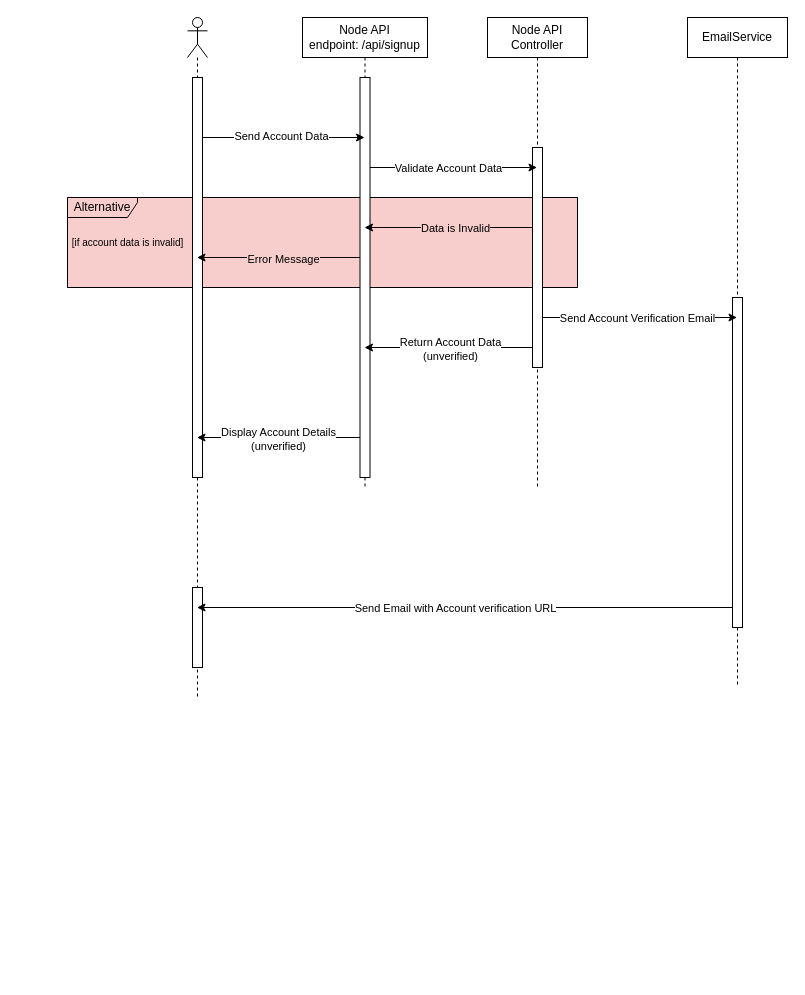
Before: diagrams/UML/node-api.signup.sequence.drawio in guimassoqueto/node-clean-api, a draw.io diagram. Source tidied: cells renumbered, new cells numbered last; positions are measured from the earlier drawing's top-left corner, leaving out a move shared by most shapes. Both pictures are drawn from the tidied source at 100%, with x=0, y=0 at pixel (57, 17).
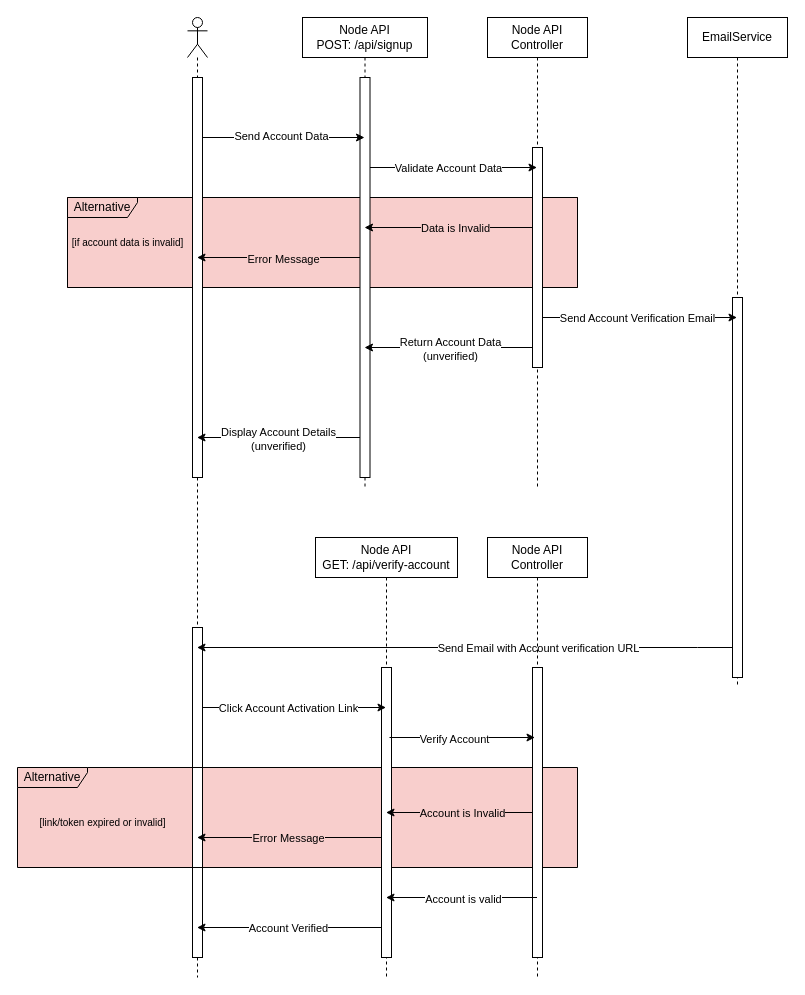
The same page after the edit.

Commit message (it also covers changes not shown here):
docs: update signup sequence diagram

Unchanged cells that the change refers to:
```xml
<mxCell id="24" value="EmailService" style="shape=umlLifeline;perimeter=lifelinePerimeter;whiteSpace=wrap;html=1;outlineConnect=0;portConstraint=eastwest;newEdgeStyle={&quot;edgeStyle&quot;:&quot;elbowEdgeStyle&quot;,&quot;elbow&quot;:&quot;vertical&quot;,&quot;curved&quot;:0,&quot;rounded&quot;:0};" parent="1" vertex="1">
  <mxGeometry x="630" width="100" height="670" as="geometry" />
</mxCell>
```

What changed in the source:
```diff
@@
+    <mxCell id="30" style="rounded=0;whiteSpace=wrap;html=1;fillColor=#f8cecc;strokeColor=none;" parent="1" vertex="1">
+      <mxGeometry x="-40" y="750" width="560" height="100" as="geometry" />
+    </mxCell>
@@
     <mxCell id="4" style="shape=umlLifeline;perimeter=lifelinePerimeter;whiteSpace=wrap;html=1;outlineConnect=0;portConstraint=eastwest;newEdgeStyle={&quot;edgeStyle&quot;:&quot;elbowEdgeStyle&quot;,&quot;elbow&quot;:&quot;vertical&quot;,&quot;curved&quot;:0,&quot;rounded&quot;:0};participant=umlActor;" parent="1" vertex="1">
-      <mxGeometry x="130" width="20" height="680" as="geometry" />
+      <mxGeometry x="130" width="20" height="960" as="geometry" />
     </mxCell>
@@
     <mxCell id="6" style="html=1;points=[];perimeter=orthogonalPerimeter;outlineConnect=0;targetShapes=umlLifeline;portConstraint=eastwest;newEdgeStyle={&quot;edgeStyle&quot;:&quot;elbowEdgeStyle&quot;,&quot;elbow&quot;:&quot;vertical&quot;,&quot;curved&quot;:0,&quot;rounded&quot;:0};" parent="4" vertex="1">
-      <mxGeometry x="5" y="570" width="10" height="80" as="geometry" />
+      <mxGeometry x="5" y="610" width="10" height="330" as="geometry" />
     </mxCell>
@@
-    <mxCell id="9" value="Node API&lt;br&gt;endpoint: /api/signup" style="shape=umlLifeline;perimeter=lifelinePerimeter;whiteSpace=wrap;html=1;outlineConnect=0;portConstraint=eastwest;newEdgeStyle={&quot;edgeStyle&quot;:&quot;elbowEdgeStyle&quot;,&quot;elbow&quot;:&quot;vertical&quot;,&quot;curved&quot;:0,&quot;rounded&quot;:0};" parent="1" vertex="1">
+    <mxCell id="9" value="Node API&lt;br&gt;POST: /api/signup" style="shape=umlLifeline;perimeter=lifelinePerimeter;whiteSpace=wrap;html=1;outlineConnect=0;portConstraint=eastwest;newEdgeStyle={&quot;edgeStyle&quot;:&quot;elbowEdgeStyle&quot;,&quot;elbow&quot;:&quot;vertical&quot;,&quot;curved&quot;:0,&quot;rounded&quot;:0};" parent="1" vertex="1">
       <mxGeometry x="245" width="125" height="470" as="geometry" />
     </mxCell>
@@
     <mxCell id="25" style="html=1;points=[];perimeter=orthogonalPerimeter;outlineConnect=0;targetShapes=umlLifeline;portConstraint=eastwest;newEdgeStyle={&quot;edgeStyle&quot;:&quot;elbowEdgeStyle&quot;,&quot;elbow&quot;:&quot;vertical&quot;,&quot;curved&quot;:0,&quot;rounded&quot;:0};" parent="24" vertex="1">
-      <mxGeometry x="45" y="280" width="10" height="330" as="geometry" />
+      <mxGeometry x="45" y="280" width="10" height="380" as="geometry" />
     </mxCell>
@@
     <mxCell id="28" style="edgeStyle=elbowEdgeStyle;rounded=0;jettySize=auto;html=1;elbow=vertical;curved=0;" parent="1" edge="1" source="25" target="4">
       <mxGeometry relative="1" as="geometry">
         <Array as="points">
+          <mxPoint x="640" y="630" />
           <mxPoint x="380" y="590" />
         </Array>
       </mxGeometry>
     </mxCell>
     <mxCell id="29" value="Send Email with Account verification URL" style="edgeLabel;html=1;align=center;verticalAlign=middle;" parent="28" vertex="1">
-      <mxGeometry x="0.04" relative="1" as="geometry" />
+      <mxGeometry x="0.04" relative="1" as="geometry">
+        <mxPoint x="83" as="offset" />
+      </mxGeometry>
     </mxCell>
+    <mxCell id="31" value="Alternative" style="shape=umlFrame;whiteSpace=wrap;html=1;width=70;height=20;fillColor=none;" parent="1" vertex="1">
+      <mxGeometry x="-40" y="750" width="560" height="100" as="geometry" />
+    </mxCell>
+    <mxCell id="32" value="Node API&lt;br&gt;Controller" style="shape=umlLifeline;perimeter=lifelinePerimeter;whiteSpace=wrap;html=1;outlineConnect=0;portConstraint=eastwest;newEdgeStyle={&quot;edgeStyle&quot;:&quot;elbowEdgeStyle&quot;,&quot;elbow&quot;:&quot;vertical&quot;,&quot;curved&quot;:0,&quot;rounded&quot;:0};" parent="1" vertex="1">
+      <mxGeometry x="430" y="520" width="100" height="440" as="geometry" />
+    </mxCell>
+    <mxCell id="33" style="html=1;points=[];perimeter=orthogonalPerimeter;outlineConnect=0;targetShapes=umlLifeline;portConstraint=eastwest;newEdgeStyle={&quot;edgeStyle&quot;:&quot;elbowEdgeStyle&quot;,&quot;elbow&quot;:&quot;vertical&quot;,&quot;curved&quot;:0,&quot;rounded&quot;:0};" parent="32" vertex="1">
+      <mxGeometry x="45" y="130" width="10" height="290" as="geometry" />
+    </mxCell>
+    <mxCell id="34" style="edgeStyle=elbowEdgeStyle;rounded=0;jettySize=auto;html=1;elbow=vertical;curved=0;" parent="1" edge="1" source="36" target="4">
+      <mxGeometry relative="1" as="geometry">
+        <Array as="points">
+          <mxPoint x="250" y="910" />
+        </Array>
+      </mxGeometry>
+    </mxCell>
+    <mxCell id="35" value="Account Verified" style="edgeLabel;html=1;align=center;verticalAlign=middle;" parent="34" vertex="1">
+      <mxGeometry x="0.04" relative="1" as="geometry" />
+    </mxCell>
+    <mxCell id="36" value="Node API&lt;br&gt;GET: /api/verify-account" style="shape=umlLifeline;perimeter=lifelinePerimeter;whiteSpace=wrap;html=1;outlineConnect=0;portConstraint=eastwest;newEdgeStyle={&quot;edgeStyle&quot;:&quot;elbowEdgeStyle&quot;,&quot;elbow&quot;:&quot;vertical&quot;,&quot;curved&quot;:0,&quot;rounded&quot;:0};" parent="1" vertex="1">
+      <mxGeometry x="258" y="520" width="142" height="440" as="geometry" />
+    </mxCell>
+    <mxCell id="37" style="html=1;points=[];perimeter=orthogonalPerimeter;outlineConnect=0;targetShapes=umlLifeline;portConstraint=eastwest;newEdgeStyle={&quot;edgeStyle&quot;:&quot;elbowEdgeStyle&quot;,&quot;elbow&quot;:&quot;vertical&quot;,&quot;curved&quot;:0,&quot;rounded&quot;:0};" parent="36" vertex="1">
+      <mxGeometry x="66" y="130" width="10" height="290" as="geometry" />
+    </mxCell>
+    <mxCell id="38" style="edgeStyle=elbowEdgeStyle;rounded=0;jettySize=auto;html=1;elbow=vertical;curved=0;" parent="1" edge="1" source="6" target="36">
+      <mxGeometry relative="1" as="geometry">
+        <Array as="points">
+          <mxPoint x="230" y="690" />
+        </Array>
+      </mxGeometry>
+    </mxCell>
+    <mxCell id="39" value="Click Account Activation Link" style="edgeLabel;html=1;align=center;verticalAlign=middle;" parent="38" vertex="1">
+      <mxGeometry x="-0.28" y="-1" relative="1" as="geometry">
+        <mxPoint x="19" y="-1" as="offset" />
+      </mxGeometry>
+    </mxCell>
+    <mxCell id="40" style="edgeStyle=elbowEdgeStyle;rounded=0;orthogonalLoop=1;jettySize=auto;html=1;elbow=vertical;curved=0;" parent="1" edge="1">
+      <mxGeometry relative="1" as="geometry">
+        <mxPoint x="332" y="720" as="sourcePoint" />
+        <mxPoint x="477.5" y="720" as="targetPoint" />
+      </mxGeometry>
+    </mxCell>
+    <mxCell id="41" value="Verify Account" style="edgeLabel;html=1;align=center;verticalAlign=middle;" parent="40" vertex="1">
+      <mxGeometry x="-0.12" y="-1" relative="1" as="geometry" />
+    </mxCell>
+    <mxCell id="42" style="edgeStyle=elbowEdgeStyle;rounded=0;jettySize=auto;html=1;elbow=vertical;curved=0;" parent="1" edge="1" source="33" target="36">
+      <mxGeometry relative="1" as="geometry">
+        <Array as="points">
+          <mxPoint x="390" y="820" />
+          <mxPoint x="400" y="780" />
+        </Array>
+      </mxGeometry>
+    </mxCell>
+    <mxCell id="43" value="Account is Invalid" style="edgeLabel;html=1;align=center;verticalAlign=middle;labelBackgroundColor=#F8CECC;" parent="42" vertex="1">
+      <mxGeometry x="0.15" y="-2" relative="1" as="geometry">
+        <mxPoint x="13" y="2" as="offset" />
+      </mxGeometry>
+    </mxCell>
+    <mxCell id="44" style="edgeStyle=elbowEdgeStyle;rounded=0;jettySize=auto;html=1;elbow=vertical;curved=0;" parent="1" edge="1" source="37" target="4">
+      <mxGeometry relative="1" as="geometry">
+        <Array as="points">
+          <mxPoint x="240" y="820" />
+        </Array>
+      </mxGeometry>
+    </mxCell>
+    <mxCell id="45" value="Error Message" style="edgeLabel;html=1;align=center;verticalAlign=middle;labelBackgroundColor=#F8CECC;" parent="44" vertex="1">
+      <mxGeometry x="0.29" relative="1" as="geometry">
+        <mxPoint x="25" as="offset" />
+      </mxGeometry>
+    </mxCell>
+    <mxCell id="46" value="&lt;font style=&quot;font-size: 10px;&quot;&gt;[link/token expired or invalid]&lt;/font&gt;" style="text;html=1;align=center;verticalAlign=middle;strokeColor=none;fillColor=none;" parent="1" vertex="1">
+      <mxGeometry x="-30" y="790" width="150" height="30" as="geometry" />
+    </mxCell>
+    <mxCell id="47" style="edgeStyle=elbowEdgeStyle;rounded=0;jettySize=auto;html=1;elbow=vertical;curved=0;" parent="1" edge="1" source="32" target="36">
+      <mxGeometry relative="1" as="geometry">
+        <Array as="points">
+          <mxPoint x="410" y="880" />
+        </Array>
+      </mxGeometry>
+    </mxCell>
+    <mxCell id="48" value="Account is valid" style="edgeLabel;html=1;align=center;verticalAlign=middle;" parent="47" vertex="1">
+      <mxGeometry x="0.29" y="1" relative="1" as="geometry">
+        <mxPoint x="23" as="offset" />
+      </mxGeometry>
+    </mxCell>
```
